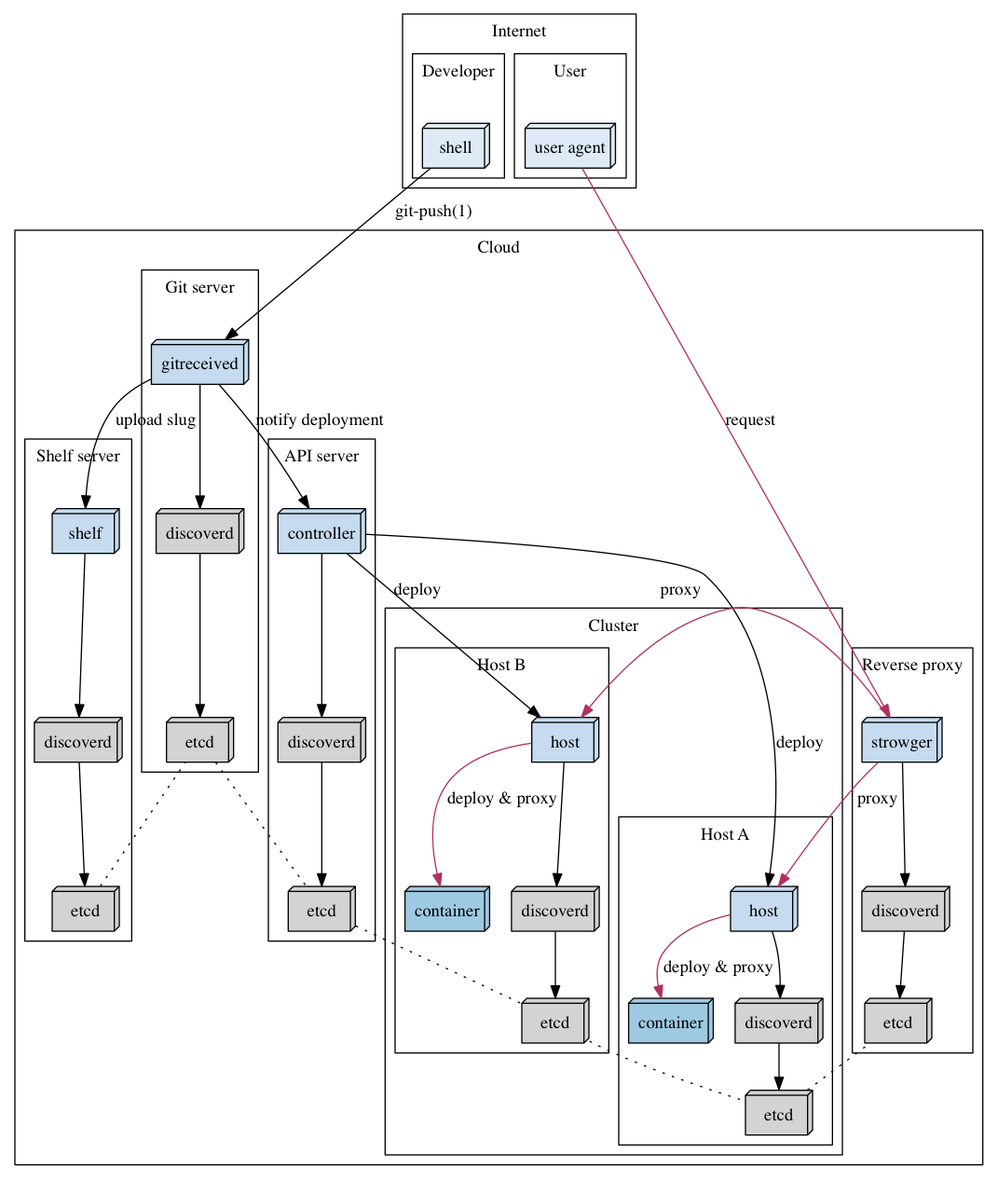
Above: images/2014-07-17/flynn-overview.png in r7kamura/blog (Graphviz), before the change. Its source is kept beside it as images/2014-07-17/flynn-overview.dot. The source it was exported from:
```dot
digraph G {
  subgraph cluster0 {
    subgraph cluster0 {
      subgraph cluster0 {
        label="Host A";
        node[shape="box3d",colorscheme="blues8",style="filled"];
        hostA[fillcolor="3",label="host"];
        discoverdA[label="discoverd"];
        etcdA[label="etcd"];
        containerA[label="container",fillcolor="4"];
        hostA -> containerA[color="maroon",label="deploy & proxy"];
        hostA -> discoverdA;
        discoverdA -> etcdA;
      }
      subgraph cluster1 {
        label="Host B";
        node[shape="box3d",colorscheme="blues8",style="filled"];
        hostB[fillcolor="3",label="host"];
        discoverdB[label="discoverd"];
        etcdB[label="etcd"];
        containerB[label="container",fillcolor="4"];
        hostB -> containerB[color="maroon",label="deploy & proxy"];
        hostB -> discoverdB;
        discoverdB -> etcdB;
      }
      label="Cluster";
    }
    subgraph cluster1 {
      label="Git server";
      node[shape="box3d",colorscheme="blues8",style="filled"];
      gitreceived[fillcolor="3"];
      discoverdG[label="discoverd"];
      etcdG[label="etcd"];
      gitreceived -> discoverdG;
      discoverdG -> etcdG;
    }
    subgraph cluster2 {
      label="Shelf server";
      node[shape="box3d",colorscheme="blues8",style="filled"];
      shelf[fillcolor="3"];
      discoverdS[label="discoverd"];
      etcdS[label="etcd"];
      shelf -> discoverdS;
      discoverdS -> etcdS;
    }
    subgraph cluster3 {
      label="API server";
      node[shape="box3d",colorscheme="blues8",style="filled"];
      controller[fillcolor="3"];
      discoverdC[label="discoverd"];
      etcdC[label="etcd"];
      controller -> discoverdC;
      discoverdC -> etcdC;
    }
    subgraph cluster4 {
      label="Reverse proxy";
      node[shape="box3d",colorscheme="blues8",style="filled"];
      strowger[fillcolor="3"];
      discoverdR[label="discoverd"];
      etcdR[label="etcd"];
      strowger -> discoverdR;
      discoverdR -> etcdR;
    }
    label="Cloud";
  }
  subgraph cluster1 {
    subgraph cluster0 {
      label="Developer";
      node[shape="box3d",colorscheme="blues8",style="filled"];
      shell[fillcolor="2",label="shell"];
    }
    subgraph cluster1 {
      label="User";
      node[shape="box3d",colorscheme="blues8",style="filled"];
      userAgent[fillcolor="2",label="user agent"];
    }
    label="Internet";
  }
  node[shape="box3d",colorscheme="blues8",style="filled"];
  shell;
  gitreceived;
  shelf;
  controller;
  hostA;
  hostB;
  userAgent;
  strowger;
  etcdS;
  etcdG;
  etcdC;
  etcdB;
  etcdA;
  etcdR;
  shell -> gitreceived[label="git-push(1)"];
  gitreceived -> shelf[label="upload slug"];
  gitreceived -> controller[label="notify deployment"];
  controller -> hostA[label="deploy"];
  controller -> hostB[label="deploy"];
  userAgent -> strowger[label="request",color="maroon"];
  strowger -> hostA[label="proxy",color="maroon"];
  strowger -> hostB[label="proxy",color="maroon"];
  etcdS -> etcdG[arrowhead="none",style="dotted"];
  etcdG -> etcdC[arrowhead="none",style="dotted"];
  etcdC -> etcdB[arrowhead="none",style="dotted"];
  etcdB -> etcdA[arrowhead="none",style="dotted"];
  etcdA -> etcdR[arrowhead="none",style="dotted"];
}
```
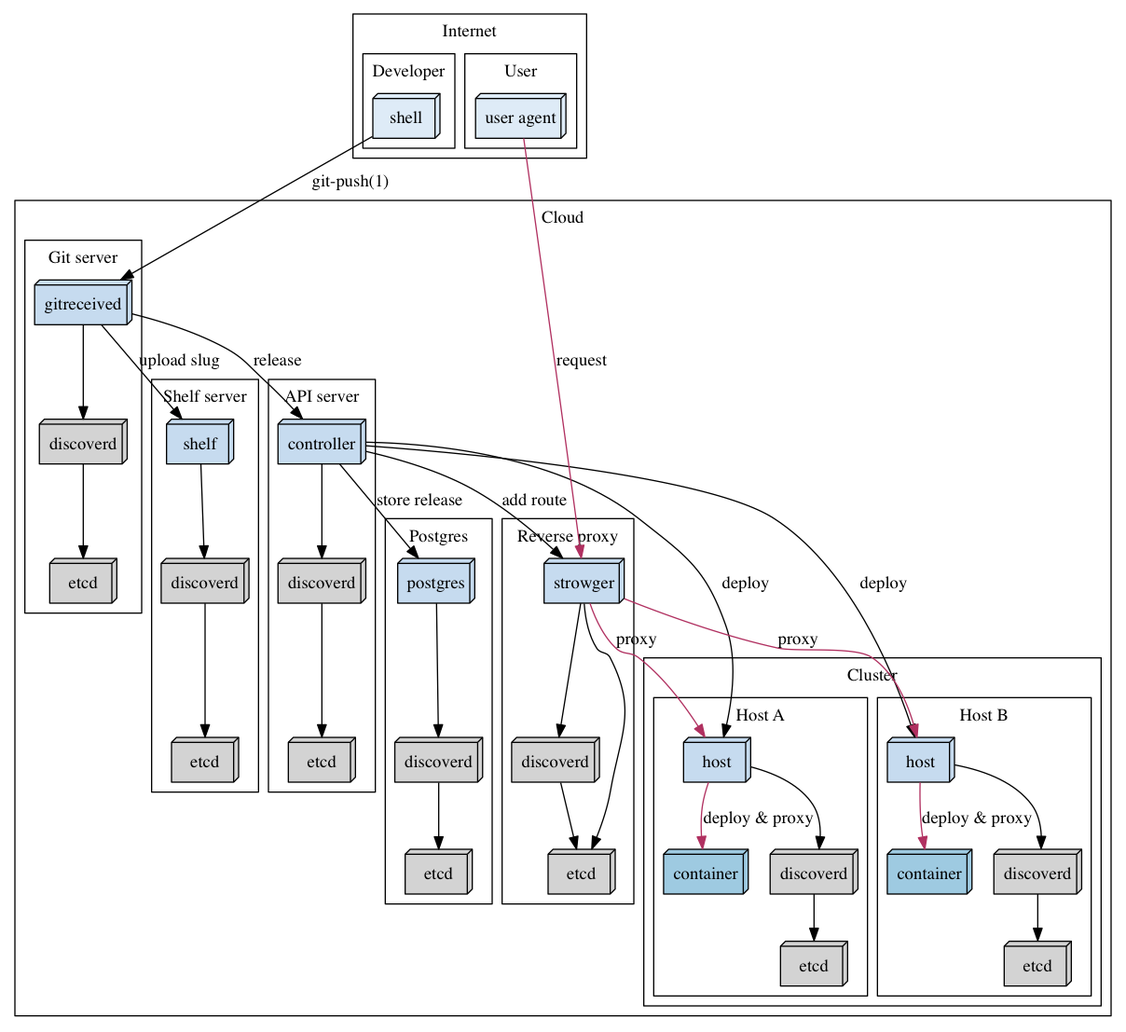
The same file after the commit.

Commit message:
Update flynn-overview article

The edit, as a diff of the source:
```diff
@@ -59,7 +59,17 @@
       discoverdR[label="discoverd"];
       etcdR[label="etcd"];
       strowger -> discoverdR;
+      strowger -> etcdR;
       discoverdR -> etcdR;
+    }
+    subgraph cluster5 {
+      label="Postgres";
+      node[shape="box3d",colorscheme="blues8",style="filled"];
+      postgres[fillcolor="3"];
+      discoverdP[label="discoverd"];
+      etcdP[label="etcd"];
+      postgres -> discoverdP;
+      discoverdP -> etcdP;
     }
     label="Cloud";
   }
@@ -81,27 +91,19 @@
   gitreceived;
   shelf;
   controller;
+  strowger;
+  postgres;
   hostA;
   hostB;
   userAgent;
-  strowger;
-  etcdS;
-  etcdG;
-  etcdC;
-  etcdB;
-  etcdA;
-  etcdR;
   shell -> gitreceived[label="git-push(1)"];
   gitreceived -> shelf[label="upload slug"];
-  gitreceived -> controller[label="notify deployment"];
+  gitreceived -> controller[label="release"];
+  controller -> strowger[label="add route"];
+  controller -> postgres[label="store release"];
   controller -> hostA[label="deploy"];
   controller -> hostB[label="deploy"];
   userAgent -> strowger[label="request",color="maroon"];
   strowger -> hostA[label="proxy",color="maroon"];
   strowger -> hostB[label="proxy",color="maroon"];
-  etcdS -> etcdG[arrowhead="none",style="dotted"];
-  etcdG -> etcdC[arrowhead="none",style="dotted"];
-  etcdC -> etcdB[arrowhead="none",style="dotted"];
-  etcdB -> etcdA[arrowhead="none",style="dotted"];
-  etcdA -> etcdR[arrowhead="none",style="dotted"];
 }
```
